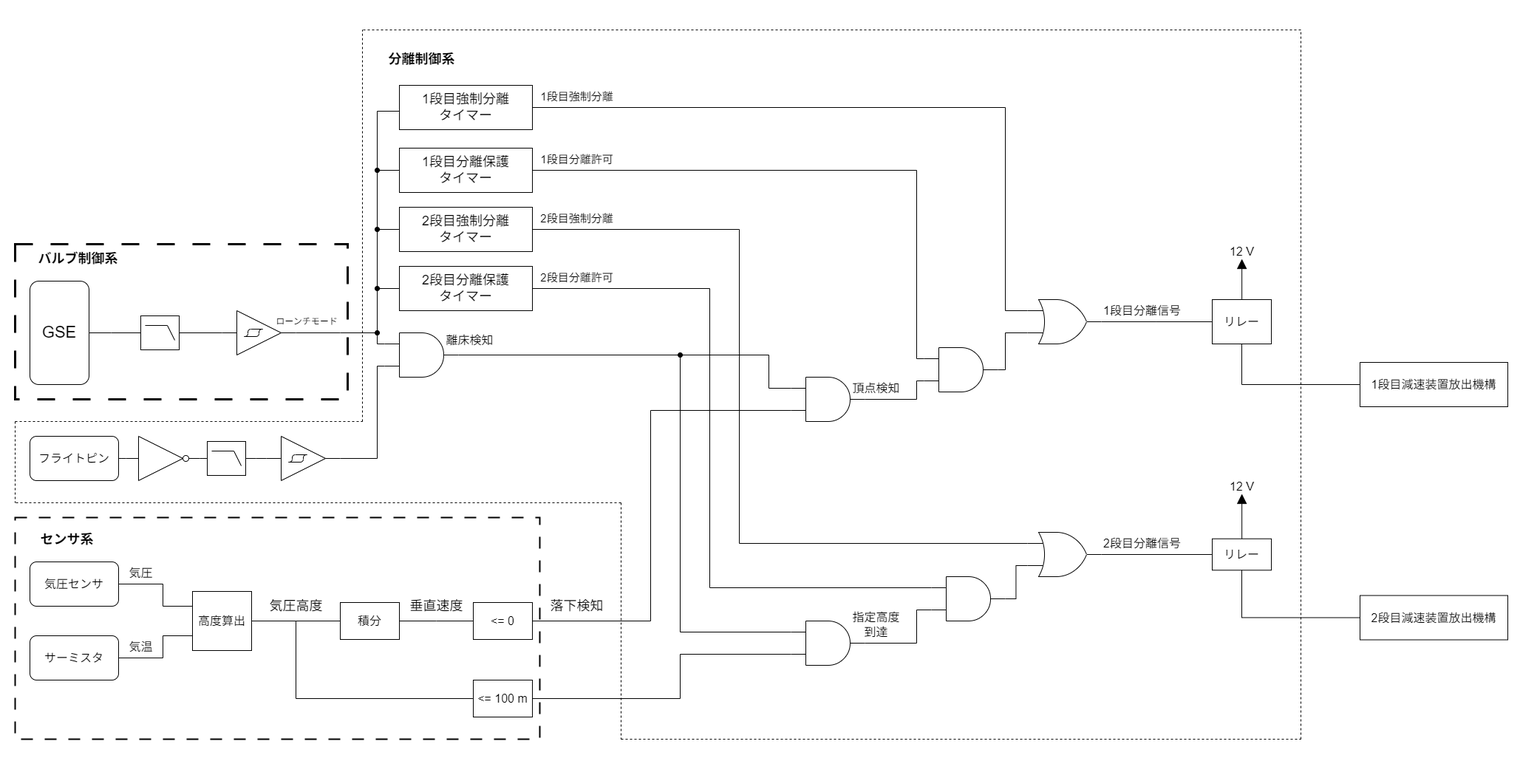
Above: Document/BlockDiagram/SecondSeparationLogicDiagram.png in tokai-student-rocket-project/H-62-Avionics (draw.io), before the change. Source tidied: cells renumbered, new cells last; positions are measured from the earlier drawing's top-left corner, leaving out a move shared by most shapes.
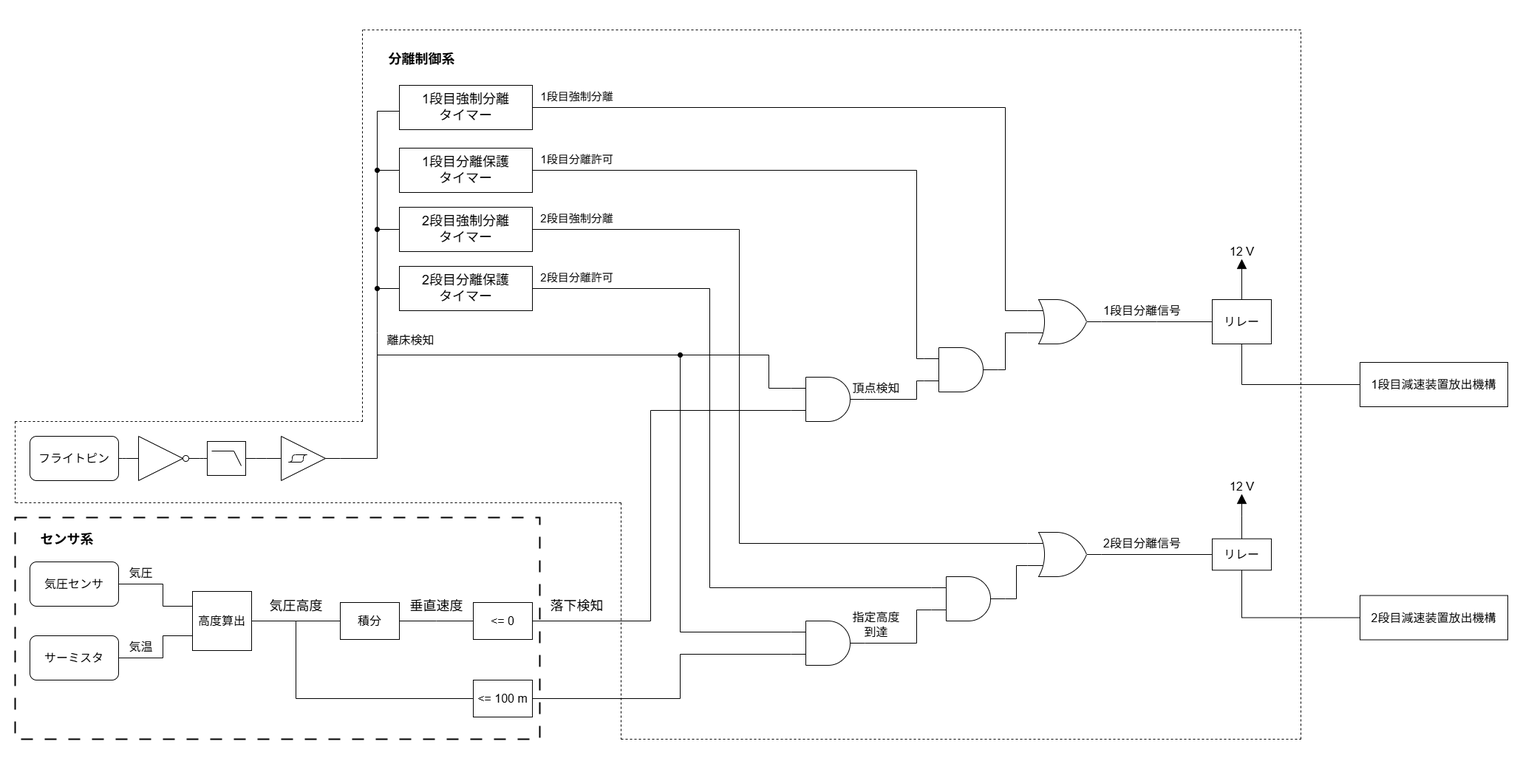
After the commit.

Commit message:
ブロック図をいくつか作成

What changed in the source:
```diff
@@ -11,34 +11,15 @@
     <mxCell id="4" style="rounded=0;whiteSpace=wrap;html=1;fontSize=18;fillColor=none;dashed=1;dashPattern=8 8;strokeWidth=2;" parent="1" vertex="1">
       <mxGeometry x="20" y="700" width="710" height="300" as="geometry" />
     </mxCell>
-    <mxCell id="5" style="rounded=0;whiteSpace=wrap;html=1;fontSize=18;fillColor=none;dashed=1;dashPattern=8 8;strokeWidth=3;" parent="1" vertex="1">
-      <mxGeometry x="20" y="330" width="450" height="210" as="geometry" />
-    </mxCell>
-    <mxCell id="6" value="&lt;font style=&quot;font-size: 22px;&quot;&gt;GSE&lt;/font&gt;" style="rounded=1;whiteSpace=wrap;html=1;" parent="1" vertex="1">
-      <mxGeometry x="40" y="380" width="80" height="140" as="geometry" />
-    </mxCell>
-    <mxCell id="7" style="edgeStyle=elbowEdgeStyle;rounded=0;html=1;exitX=1;exitY=0.5;exitDx=0;exitDy=0;exitPerimeter=0;entryX=0;entryY=0.25;entryDx=0;entryDy=0;entryPerimeter=0;fontSize=18;endArrow=none;endFill=0;" parent="1" edge="1" target="10">
-      <mxGeometry relative="1" as="geometry">
-        <mxPoint x="460" y="450" as="sourcePoint" />
-        <Array as="points">
-          <mxPoint x="510" y="460" />
-        </Array>
-      </mxGeometry>
-    </mxCell>
-    <mxCell id="8" value="&lt;b&gt;バルブ制御系&lt;/b&gt;" style="text;html=1;align=center;verticalAlign=middle;strokeColor=none;fillColor=none;fontSize=18;" parent="1" vertex="1">
-      <mxGeometry x="40" y="330" width="130" height="40" as="geometry" />
-    </mxCell>
-    <mxCell id="9" style="edgeStyle=elbowEdgeStyle;rounded=0;html=1;exitX=1;exitY=0.5;exitDx=0;exitDy=0;exitPerimeter=0;entryX=0;entryY=0.25;entryDx=0;entryDy=0;entryPerimeter=0;fontSize=16;startArrow=none;startFill=0;endArrow=none;endFill=0;" parent="1" edge="1" source="10" target="14">
+    <mxCell id="9" style="edgeStyle=elbowEdgeStyle;rounded=0;html=1;entryX=0;entryY=0.25;entryDx=0;entryDy=0;entryPerimeter=0;fontSize=16;startArrow=none;startFill=0;endArrow=none;endFill=0;" parent="1" edge="1" target="14">
       <mxGeometry relative="1" as="geometry">
+        <mxPoint x="510" y="480" as="sourcePoint" />
         <Array as="points">
           <mxPoint x="1040" y="500" />
         </Array>
       </mxGeometry>
     </mxCell>
-    <mxCell id="10" style="verticalLabelPosition=bottom;shadow=0;dashed=0;align=center;html=1;verticalAlign=top;shape=mxgraph.electrical.logic_gates.logic_gate;operation=and;dashPattern=8 8;fontSize=18;fillColor=none;" parent="1" vertex="1">
-      <mxGeometry x="520" y="450" width="100" height="60" as="geometry" />
-    </mxCell>
-    <mxCell id="11" style="edgeStyle=elbowEdgeStyle;rounded=0;html=1;fontSize=18;endArrow=oval;endFill=1;startArrow=none;startFill=0;" parent="1" edge="1" source="12">
+    <mxCell id="11" style="edgeStyle=elbowEdgeStyle;rounded=0;html=1;fontSize=18;endArrow=none;endFill=0;startArrow=none;startFill=0;" parent="1" edge="1" source="12">
       <mxGeometry relative="1" as="geometry">
         <mxPoint x="510" y="450" as="targetPoint" />
         <Array as="points">
@@ -62,7 +43,7 @@
       <mxGeometry x="1070" y="510" width="100" height="60" as="geometry" />
     </mxCell>
     <mxCell id="15" value="&lt;font style=&quot;font-size: 16px;&quot;&gt;離床検知&lt;/font&gt;" style="text;html=1;align=center;verticalAlign=middle;strokeColor=none;fillColor=none;fontSize=18;" parent="1" vertex="1">
-      <mxGeometry x="590" y="440" width="90" height="40" as="geometry" />
+      <mxGeometry x="510" y="440" width="90" height="40" as="geometry" />
     </mxCell>
     <mxCell id="16" style="edgeStyle=elbowEdgeStyle;rounded=0;html=1;fontSize=16;startArrow=none;startFill=0;endArrow=oval;endFill=1;" parent="1" edge="1" source="17">
       <mxGeometry relative="1" as="geometry">
@@ -75,8 +56,9 @@
     <mxCell id="17" value="2段目強制分離&lt;br&gt;タイマー" style="rounded=0;whiteSpace=wrap;html=1;fontSize=18;fillColor=default;" parent="1" vertex="1">
       <mxGeometry x="540" y="280" width="180" height="60" as="geometry" />
     </mxCell>
-    <mxCell id="18" style="edgeStyle=elbowEdgeStyle;rounded=0;html=1;exitX=1;exitY=0.5;exitDx=0;exitDy=0;exitPerimeter=0;entryX=0;entryY=0.75;entryDx=0;entryDy=0;entryPerimeter=0;fontSize=16;startArrow=none;startFill=0;endArrow=none;endFill=0;" parent="1" edge="1" source="19" target="10">
+    <mxCell id="18" style="edgeStyle=elbowEdgeStyle;rounded=0;html=1;exitX=1;exitY=0.5;exitDx=0;exitDy=0;exitPerimeter=0;fontSize=16;startArrow=none;startFill=0;endArrow=none;endFill=0;" parent="1" edge="1" source="19">
       <mxGeometry relative="1" as="geometry">
+        <mxPoint x="510" y="450" as="targetPoint" />
         <Array as="points">
           <mxPoint x="510" y="560" />
         </Array>
@@ -240,33 +222,6 @@
         <mxPoint x="1760" y="1000" as="targetPoint" />
       </mxGeometry>
     </mxCell>
-    <mxCell id="58" style="endArrow=none;html=1;exitX=0;exitY=0.5;exitDx=0;exitDy=0;exitPerimeter=0;entryX=1;entryY=0.5;entryDx=0;entryDy=0;" parent="1" edge="1" target="6">
-      <mxGeometry relative="1" as="geometry">
-        <mxPoint x="150" y="450" as="sourcePoint" />
-      </mxGeometry>
-    </mxCell>
-    <mxCell id="59" style="verticalLabelPosition=bottom;shadow=0;dashed=0;align=center;html=1;verticalAlign=top;shape=mxgraph.electrical.logic_gates.lowpass_filter;fontSize=16;fillColor=default;" parent="1" vertex="1">
-      <mxGeometry x="190" y="427" width="52" height="46" as="geometry" />
-    </mxCell>
-    <mxCell id="60" style="edgeStyle=none;html=1;endArrow=none;endFill=0;" parent="1" edge="1" source="61">
-      <mxGeometry relative="1" as="geometry">
-        <mxPoint x="460" y="450" as="targetPoint" />
-      </mxGeometry>
-    </mxCell>
-    <mxCell id="61" style="verticalLabelPosition=bottom;shadow=0;dashed=0;align=center;html=1;verticalAlign=top;shape=mxgraph.electrical.logic_gates.schmitt_trigger;fontSize=16;fillColor=default;" parent="1" vertex="1">
-      <mxGeometry x="300" y="420" width="100" height="60" as="geometry" />
-    </mxCell>
-    <mxCell id="62" style="edgeStyle=none;html=1;entryX=0;entryY=0.5;entryDx=0;entryDy=0;entryPerimeter=0;endArrow=none;endFill=0;" parent="1" edge="1" source="59" target="61">
-      <mxGeometry relative="1" as="geometry" />
-    </mxCell>
-    <mxCell id="63" style="edgeStyle=none;html=1;entryX=0;entryY=0.5;entryDx=0;entryDy=0;entryPerimeter=0;endArrow=none;endFill=0;" parent="1" edge="1" target="59">
-      <mxGeometry relative="1" as="geometry">
-        <mxPoint x="150" y="450" as="sourcePoint" />
-      </mxGeometry>
-    </mxCell>
-    <mxCell id="64" value="ローンチモード" style="text;html=1;align=center;verticalAlign=middle;whiteSpace=wrap;rounded=0;" parent="1" vertex="1">
-      <mxGeometry x="370" y="420" width="90" height="30" as="geometry" />
-    </mxCell>
     <mxCell id="65" value="1段目分離保護&lt;div&gt;タイマー&lt;/div&gt;" style="rounded=0;whiteSpace=wrap;html=1;fontSize=18;fillColor=default;" parent="1" vertex="1">
       <mxGeometry x="540" y="200" width="180" height="60" as="geometry" />
     </mxCell>
```
